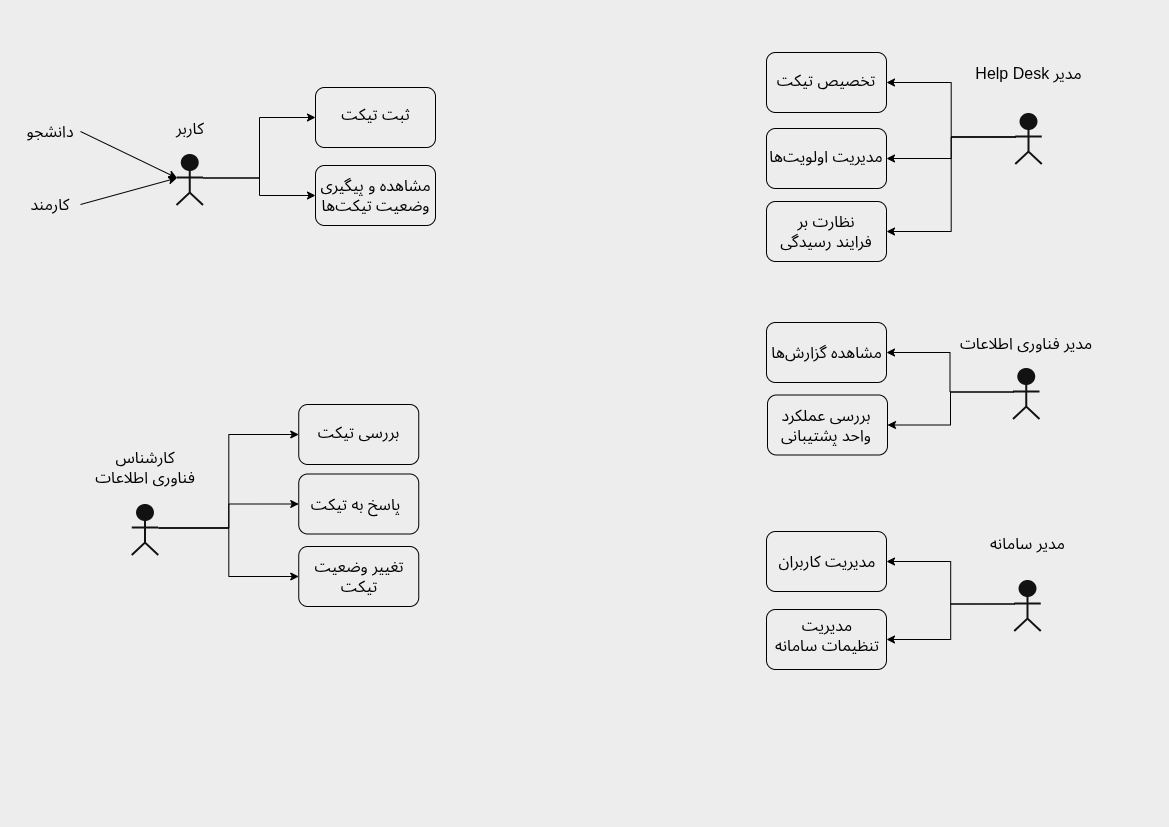
Before: diagrams/use-case/use-case.png, a diagram exported from draw.io (teymuri-alireza/help-desk-system). Source tidied: cells renumbered, new cells last; positions are measured from the earlier drawing's top-left corner, leaving out a move shared by most shapes.
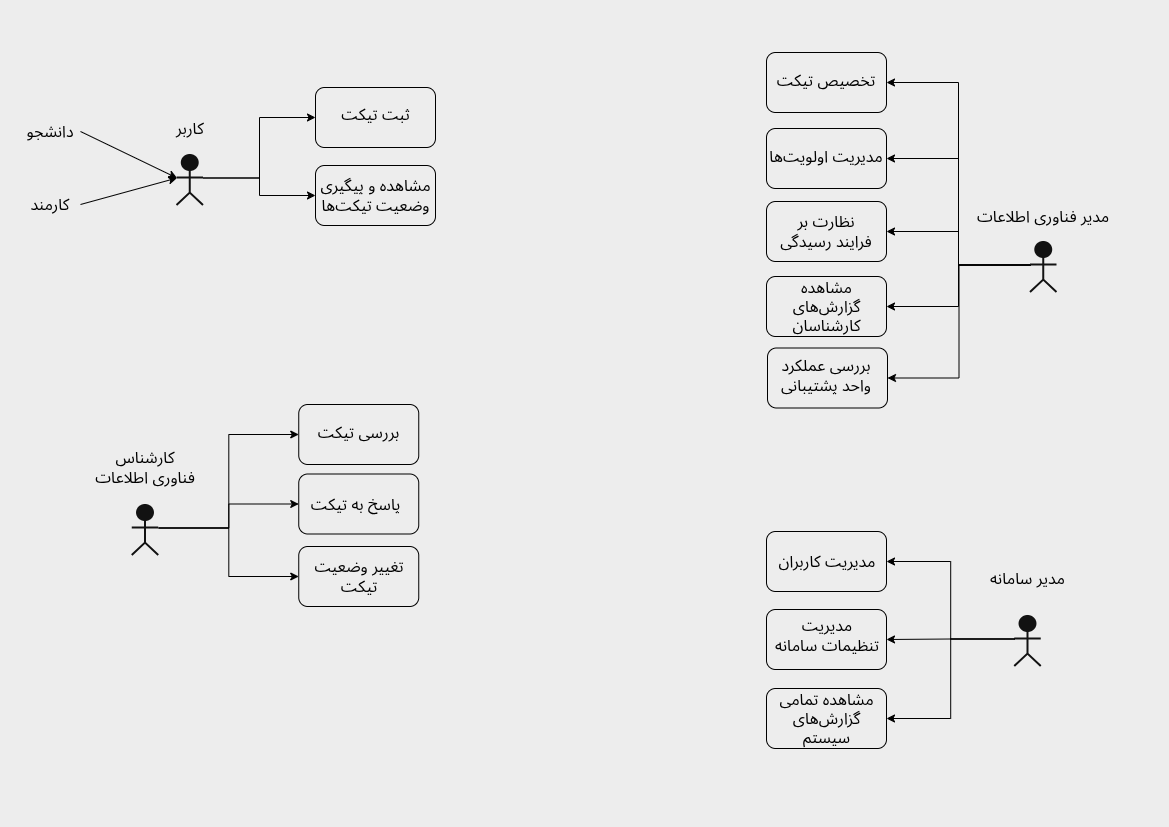
After the commit.

Commit message:
docs: update use-case diagram according to role and permission changes

What changed in the source:
```diff
@@ -98,15 +98,6 @@
     <mxCell id="33" style="rounded=1;whiteSpace=wrap;html=1;fillColor=none;strokeColor=light-dark(#000000,#000000);" parent="31" vertex="1">
       <mxGeometry width="120" height="60" as="geometry" />
     </mxCell>
-    <mxCell id="34" style="group;" parent="1" vertex="1">
-      <mxGeometry x="949" y="6" width="119" height="106" as="geometry" />
-    </mxCell>
-    <mxCell id="35" style="html=1;outlineConnect=0;whiteSpace=wrap;verticalLabelPosition=bottom;verticalAlign=top;align=center;shape=mxgraph.archimate3.actor;strokeColor=#FFFFFF;strokeWidth=2;" parent="34" vertex="1">
-      <mxGeometry x="46.2" y="56" width="26.5" height="50" as="geometry" />
-    </mxCell>
-    <mxCell id="36" value="Help Desk مدیر" style="text;html=1;whiteSpace=wrap;strokeColor=none;fillColor=none;align=center;verticalAlign=middle;rounded=0;fontSize=16;fontColor=light-dark(#000000,#000000);" parent="34" vertex="1">
-      <mxGeometry width="119" height="30" as="geometry" />
-    </mxCell>
     <mxCell id="37" style="group;" parent="1" vertex="1">
       <mxGeometry x="746" width="120" height="209" as="geometry" />
     </mxCell>
@@ -137,56 +128,20 @@
     <mxCell id="46" style="rounded=1;whiteSpace=wrap;html=1;fillColor=none;strokeColor=light-dark(#000000,#000000);" parent="44" vertex="1">
       <mxGeometry width="120" height="60" as="geometry" />
     </mxCell>
-    <mxCell id="47" style="edgeStyle=orthogonalEdgeStyle;rounded=0;jettySize=auto;html=1;exitX=0;exitY=0.45;exitDx=0;exitDy=0;exitPerimeter=0;entryX=1;entryY=0.5;entryDx=0;entryDy=0;strokeColor=light-dark(#000000,#000000);" parent="1" edge="1" source="35" target="40">
+    <mxCell id="47" style="edgeStyle=orthogonalEdgeStyle;rounded=0;jettySize=auto;html=1;exitX=0;exitY=0.45;exitDx=0;exitDy=0;exitPerimeter=0;entryX=1;entryY=0.5;entryDx=0;entryDy=0;strokeColor=light-dark(#000000,#000000);" parent="1" edge="1" source="52" target="40">
       <mxGeometry relative="1" as="geometry" />
     </mxCell>
-    <mxCell id="48" style="edgeStyle=orthogonalEdgeStyle;rounded=0;jettySize=auto;html=1;exitX=0;exitY=0.45;exitDx=0;exitDy=0;exitPerimeter=0;entryX=1;entryY=0.5;entryDx=0;entryDy=0;strokeColor=light-dark(#000000,#000000);" parent="1" edge="1" source="35" target="43">
+    <mxCell id="48" style="edgeStyle=orthogonalEdgeStyle;rounded=0;jettySize=auto;html=1;entryX=1;entryY=0.5;entryDx=0;entryDy=0;strokeColor=light-dark(#000000,#000000);exitX=0;exitY=0.45;exitDx=0;exitDy=0;exitPerimeter=0;" parent="1" edge="1" source="52" target="43">
       <mxGeometry relative="1" as="geometry" />
     </mxCell>
-    <mxCell id="49" style="edgeStyle=orthogonalEdgeStyle;rounded=0;jettySize=auto;html=1;exitX=0;exitY=0.45;exitDx=0;exitDy=0;exitPerimeter=0;entryX=1;entryY=0.5;entryDx=0;entryDy=0;strokeColor=light-dark(#000000,#000000);" parent="1" edge="1" source="35" target="46">
+    <mxCell id="49" style="edgeStyle=orthogonalEdgeStyle;rounded=0;jettySize=auto;html=1;exitX=0;exitY=0.45;exitDx=0;exitDy=0;exitPerimeter=0;entryX=1;entryY=0.5;entryDx=0;entryDy=0;strokeColor=light-dark(#000000,#000000);" parent="1" edge="1" source="52" target="46">
       <mxGeometry relative="1" as="geometry" />
     </mxCell>
-    <mxCell id="50" style="group;" parent="1" vertex="1">
-      <mxGeometry x="746" y="270" width="330.2" height="132.5" as="geometry" />
-    </mxCell>
-    <mxCell id="51" style="group;" parent="50" vertex="1">
-      <mxGeometry x="190.2" y="6" width="140" height="91" as="geometry" />
-    </mxCell>
-    <mxCell id="52" style="html=1;outlineConnect=0;whiteSpace=wrap;verticalLabelPosition=bottom;verticalAlign=top;align=center;shape=mxgraph.archimate3.actor;strokeColor=#FFFFFF;strokeWidth=2;" parent="51" vertex="1">
-      <mxGeometry x="56.8" y="41" width="26.5" height="50" as="geometry" />
-    </mxCell>
-    <mxCell id="53" value="مدیر فناوری اطلاعات" style="text;html=1;whiteSpace=wrap;strokeColor=none;fillColor=none;align=center;verticalAlign=middle;rounded=0;fontSize=16;fontColor=light-dark(#000000,#000000);" parent="51" vertex="1">
-      <mxGeometry width="140" height="30" as="geometry" />
-    </mxCell>
-    <mxCell id="54" style="group;" parent="50" vertex="1">
-      <mxGeometry x="1" y="72.5" width="120" height="60" as="geometry" />
-    </mxCell>
-    <mxCell id="55" value="بررسی عملکرد واحد پشتیبانی" style="text;html=1;whiteSpace=wrap;strokeColor=none;fillColor=none;align=center;verticalAlign=middle;rounded=0;fontSize=16;fontColor=light-dark(#000000,#000000);" parent="54" vertex="1">
-      <mxGeometry x="13" y="15" width="92" height="30" as="geometry" />
-    </mxCell>
-    <mxCell id="56" style="rounded=1;whiteSpace=wrap;html=1;fillColor=none;strokeColor=light-dark(#000000,#000000);" parent="54" vertex="1">
-      <mxGeometry width="120" height="60" as="geometry" />
-    </mxCell>
-    <mxCell id="57" style="group;" parent="50" vertex="1">
-      <mxGeometry width="120" height="60" as="geometry" />
-    </mxCell>
-    <mxCell id="58" style="rounded=1;whiteSpace=wrap;html=1;fillColor=none;strokeColor=light-dark(#000000,#000000);" parent="57" vertex="1">
-      <mxGeometry width="120" height="60" as="geometry" />
-    </mxCell>
-    <mxCell id="59" value="مشاهده گزارش‌ها" style="text;html=1;whiteSpace=wrap;strokeColor=none;fillColor=none;align=center;verticalAlign=middle;rounded=0;fontSize=16;fontColor=light-dark(#000000,#000000);" parent="57" vertex="1">
-      <mxGeometry x="1" y="15" width="119" height="30" as="geometry" />
-    </mxCell>
-    <mxCell id="60" style="edgeStyle=orthogonalEdgeStyle;rounded=0;jettySize=auto;html=1;exitX=0;exitY=0.45;exitDx=0;exitDy=0;exitPerimeter=0;entryX=1;entryY=0.5;entryDx=0;entryDy=0;strokeColor=light-dark(#000000,#000000);" parent="50" edge="1" source="52" target="59">
-      <mxGeometry relative="1" as="geometry" />
-    </mxCell>
-    <mxCell id="61" style="edgeStyle=orthogonalEdgeStyle;rounded=0;jettySize=auto;html=1;exitX=0;exitY=0.45;exitDx=0;exitDy=0;exitPerimeter=0;entryX=1;entryY=0.5;entryDx=0;entryDy=0;strokeColor=light-dark(#000000,#000000);" parent="50" edge="1" source="52" target="56">
-      <mxGeometry relative="1" as="geometry" />
-    </mxCell>
     <mxCell id="62" style="group;" parent="1" vertex="1">
       <mxGeometry x="746" y="476" width="303" height="141" as="geometry" />
     </mxCell>
     <mxCell id="63" style="group;" parent="62" vertex="1">
-      <mxGeometry x="220" width="83" height="103" as="geometry" />
+      <mxGeometry x="220" y="35" width="83" height="103" as="geometry" />
     </mxCell>
     <mxCell id="64" style="html=1;outlineConnect=0;whiteSpace=wrap;verticalLabelPosition=bottom;verticalAlign=top;align=center;shape=mxgraph.archimate3.actor;strokeColor=#FFFFFF;strokeWidth=2;" parent="63" vertex="1">
       <mxGeometry x="28.2" y="53" width="26.5" height="50" as="geometry" />
@@ -218,5 +173,38 @@
     <mxCell id="73" style="edgeStyle=orthogonalEdgeStyle;rounded=0;jettySize=auto;html=1;exitX=0;exitY=0.45;exitDx=0;exitDy=0;exitPerimeter=0;entryX=1;entryY=0.5;entryDx=0;entryDy=0;strokeColor=light-dark(#000000,#000000);" parent="62" edge="1" source="64" target="67">
       <mxGeometry relative="1" as="geometry" />
     </mxCell>
+    <mxCell id="60" style="edgeStyle=orthogonalEdgeStyle;rounded=0;jettySize=auto;html=1;exitX=0;exitY=0.45;exitDx=0;exitDy=0;exitPerimeter=0;entryX=1;entryY=0.5;entryDx=0;entryDy=0;strokeColor=light-dark(#000000,#000000);" parent="1" edge="1" source="52" target="59">
+      <mxGeometry relative="1" as="geometry" />
+    </mxCell>
+    <mxCell id="61" style="edgeStyle=orthogonalEdgeStyle;rounded=0;jettySize=auto;html=1;exitX=0;exitY=0.45;exitDx=0;exitDy=0;exitPerimeter=0;entryX=1;entryY=0.5;entryDx=0;entryDy=0;strokeColor=light-dark(#000000,#000000);" parent="1" edge="1" source="52" target="56">
+      <mxGeometry relative="1" as="geometry" />
+    </mxCell>
+    <mxCell id="52" style="html=1;outlineConnect=0;whiteSpace=wrap;verticalLabelPosition=bottom;verticalAlign=top;align=center;shape=mxgraph.archimate3.actor;strokeColor=#FFFFFF;strokeWidth=2;" parent="1" vertex="1">
+      <mxGeometry x="1010" y="190" width="26.5" height="50" as="geometry" />
+    </mxCell>
+    <mxCell id="53" value="مدیر فناوری اطلاعات" style="text;html=1;whiteSpace=wrap;strokeColor=none;fillColor=none;align=center;verticalAlign=middle;rounded=0;fontSize=16;fontColor=light-dark(#000000,#000000);" parent="1" vertex="1">
+      <mxGeometry x="953.2" y="149" width="140" height="30" as="geometry" />
+    </mxCell>
+    <mxCell id="55" value="بررسی عملکرد واحد پشتیبانی" style="text;html=1;whiteSpace=wrap;strokeColor=none;fillColor=none;align=center;verticalAlign=middle;rounded=0;fontSize=16;fontColor=light-dark(#000000,#000000);" parent="1" vertex="1">
+      <mxGeometry x="760" y="307.5" width="92" height="30" as="geometry" />
+    </mxCell>
+    <mxCell id="56" style="rounded=1;whiteSpace=wrap;html=1;fillColor=none;strokeColor=light-dark(#000000,#000000);" parent="1" vertex="1">
+      <mxGeometry x="747" y="295.5" width="120" height="60" as="geometry" />
+    </mxCell>
+    <mxCell id="58" style="rounded=1;whiteSpace=wrap;html=1;fillColor=none;strokeColor=light-dark(#000000,#000000);" parent="1" vertex="1">
+      <mxGeometry x="746" y="224" width="120" height="60" as="geometry" />
+    </mxCell>
+    <mxCell id="59" value="مشاهده گزارش‌های کارشناسان" style="text;html=1;whiteSpace=wrap;strokeColor=none;fillColor=none;align=center;verticalAlign=middle;rounded=0;fontSize=16;fontColor=light-dark(#000000,#000000);" parent="1" vertex="1">
+      <mxGeometry x="747" y="239" width="119" height="30" as="geometry" />
+    </mxCell>
+    <mxCell id="74" style="rounded=1;whiteSpace=wrap;html=1;fillColor=none;strokeColor=light-dark(#000000,#000000);" parent="1" vertex="1">
+      <mxGeometry x="746" y="636" width="120" height="60" as="geometry" />
+    </mxCell>
+    <mxCell id="75" value="مشاهده تمامی گزارش‌های سیستم" style="text;html=1;whiteSpace=wrap;strokeColor=none;fillColor=none;align=center;verticalAlign=middle;rounded=0;fontSize=16;fontColor=light-dark(#000000,#000000);" parent="1" vertex="1">
+      <mxGeometry x="747" y="651" width="119" height="30" as="geometry" />
+    </mxCell>
+    <mxCell id="76" style="edgeStyle=orthogonalEdgeStyle;rounded=0;jettySize=auto;html=1;entryX=1;entryY=0.5;entryDx=0;entryDy=0;strokeColor=light-dark(#000000,#000000);exitX=0;exitY=0.45;exitDx=0;exitDy=0;exitPerimeter=0;" parent="1" edge="1" source="64" target="75">
+      <mxGeometry relative="1" as="geometry" />
+    </mxCell>
   </root>
 </mxGraphModel>
```
